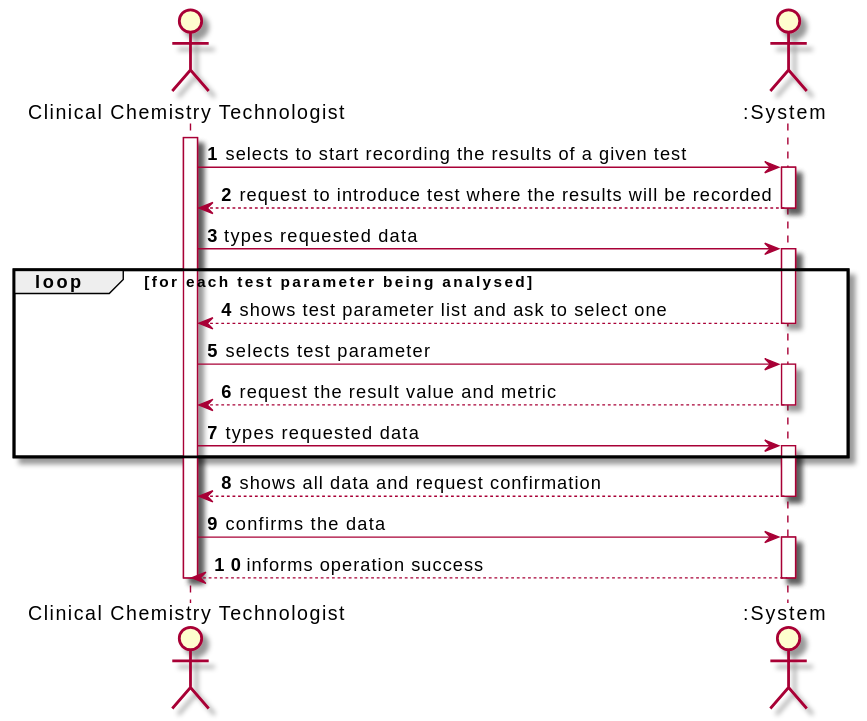
This is docs/SprintC/US_12/US12-SSD.svg from RuiRioPina/LAPR2-20-21, a PlantUML export, as it was before one commit.
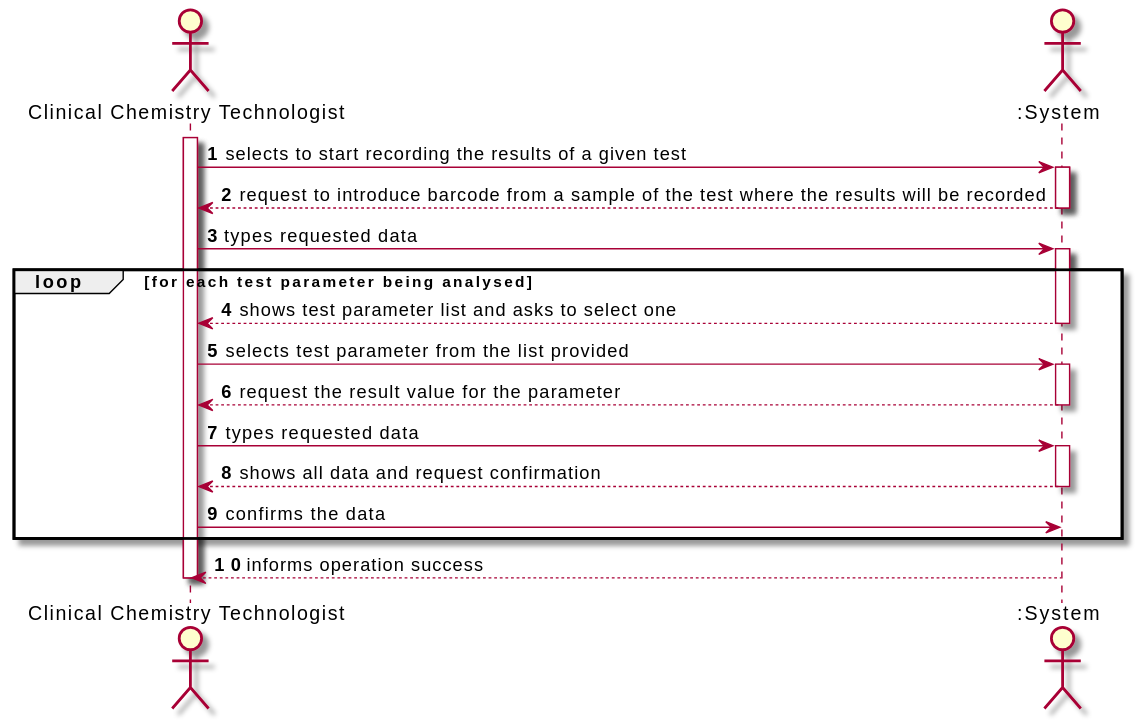
After the commit.

What changed in the source:
```diff
@@ -7,28 +7,31 @@
 
 TECH-> SYS : selects to start recording the results of a given test
 activate SYS
-SYS --> TECH: request to introduce test where the results will be recorded
+SYS --> TECH: request to introduce barcode from a sample of the test where the results will be recorded
 deactivate SYS
 
 TECH -> SYS : types requested data
 activate SYS
 loop for each test parameter being analysed
-	SYS --> TECH: shows test parameter list and ask to select one
+	SYS --> TECH: shows test parameter list and asks to select one
 	deactivate SYS
 
-	TECH-> SYS : selects test parameter
+	TECH-> SYS : selects test parameter from the list provided
 	activate SYS
 
-        SYS --> TECH: request the result value and metric
+        SYS --> TECH: request the result value for the parameter
+
 	deactivate SYS
 
         TECH-> SYS : types requested data
 	activate SYS
+
+        SYS --> TECH: shows all data and request confirmation
+        deactivate SYS
+
+        TECH-> SYS : confirms the data
 end
-SYS --> TECH: shows all data and request confirmation
-deactivate SYS
 
-TECH-> SYS : confirms the data
 activate SYS
 SYS --> TECH : informs operation success
 deactivate SYS
```
